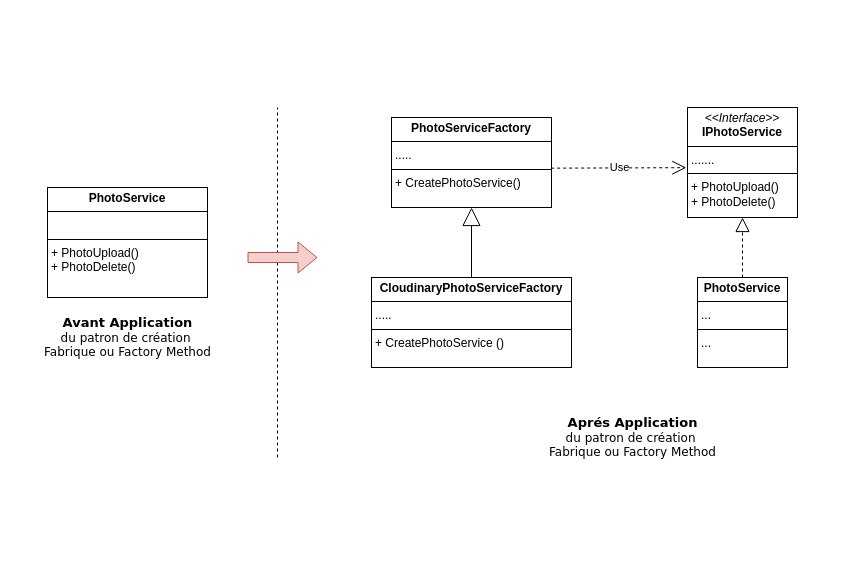
Earlier version of the draw.io diagram factoryMethod.drawio (filali6/meeting_app). Source tidied: cells renumbered, new cells numbered last; positions are measured from the earlier drawing's top-left corner, leaving out a move shared by most shapes. Both pictures are drawn from the tidied source at 100%, with x=0, y=0 at pixel (32, 107).
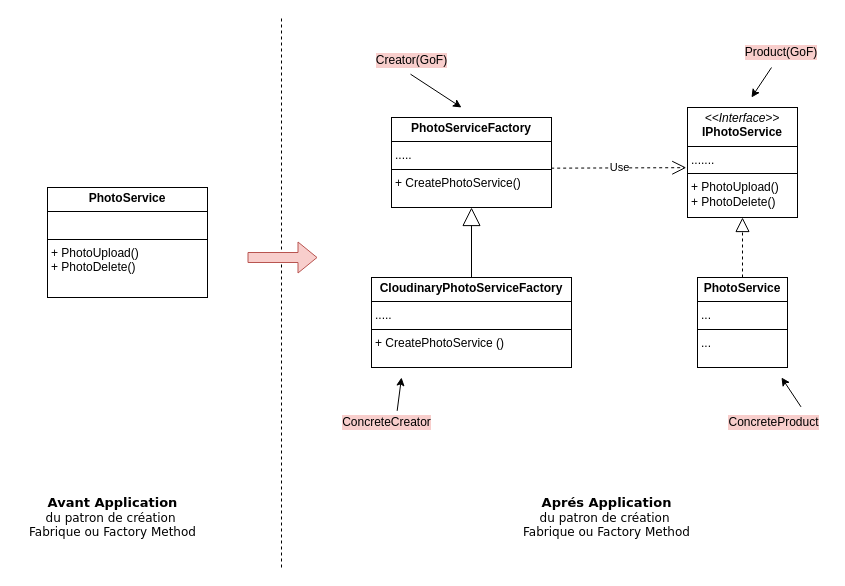
After the change.

Commit message:
Mettre à jour factoryMethod.drawio

Diff of the diagram source:
```diff
@@
     <mxCell id="3" value="&lt;b&gt;&lt;font style=&quot;font-size: 13px;&quot;&gt;Avant Application &lt;/font&gt;&lt;/b&gt;&lt;br&gt;du patron de création&amp;nbsp;&lt;br&gt;Fabrique ou Factory Method" style="text;html=1;align=center;verticalAlign=middle;strokeColor=none;fillColor=none;fontStyle=0;fontFamily=Verdana;" parent="1" vertex="1">
-      <mxGeometry y="200" width="190" height="60" as="geometry" />
+      <mxGeometry x="-15" y="380" width="190" height="60" as="geometry" />
     </mxCell>
@@
     <mxCell id="11" value="&lt;b&gt;&lt;font style=&quot;font-size: 13px;&quot;&gt;Aprés Application &lt;/font&gt;&lt;/b&gt;&lt;br&gt;du patron de création&amp;nbsp;&lt;br&gt;Fabrique ou Factory Method" style="text;html=1;align=center;verticalAlign=middle;strokeColor=none;fillColor=none;fontStyle=0;fontFamily=Verdana;" parent="1" vertex="1">
-      <mxGeometry x="505" y="300" width="190" height="60" as="geometry" />
+      <mxGeometry x="479" y="380" width="190" height="60" as="geometry" />
     </mxCell>
     <mxCell id="12" style="endArrow=none;dashed=1;html=1;rounded=0;" parent="1" edge="1">
       <mxGeometry relative="1" as="geometry">
-        <mxPoint x="245" y="350" as="sourcePoint" />
-        <mxPoint x="245" as="targetPoint" />
+        <mxPoint x="249" y="460" as="sourcePoint" />
+        <mxPoint x="249" y="-90" as="targetPoint" />
       </mxGeometry>
     </mxCell>
@@
+    <mxCell id="14" value="Product(GoF)" style="text;html=1;align=center;verticalAlign=middle;whiteSpace=wrap;rounded=0;fillColor=none;labelBackgroundColor=#F8CECC;" parent="1" vertex="1">
+      <mxGeometry x="719" y="-70" width="60" height="30" as="geometry" />
+    </mxCell>
+    <mxCell id="15" style="endArrow=classic;html=1;rounded=0;" parent="1" edge="1" source="14">
+      <mxGeometry relative="1" as="geometry">
+        <mxPoint x="719" y="-10" as="targetPoint" />
+      </mxGeometry>
+    </mxCell>
+    <mxCell id="16" value="ConcreteProduct" style="text;html=1;align=center;verticalAlign=middle;points=[];strokeColor=none;fillColor=none;labelBackgroundColor=#F8CECC;" parent="1" vertex="1">
+      <mxGeometry x="686" y="300" width="110" height="30" as="geometry" />
+    </mxCell>
+    <mxCell id="17" style="endArrow=classic;html=1;rounded=0;exitX=0.75;exitY=-0.021;exitDx=0;exitDy=0;exitPerimeter=0;" parent="1" edge="1" source="16">
+      <mxGeometry relative="1" as="geometry">
+        <mxPoint x="749" y="270" as="targetPoint" />
+      </mxGeometry>
+    </mxCell>
+    <mxCell id="18" value="Creator(GoF)" style="text;html=1;align=center;verticalAlign=middle;points=[];strokeColor=none;fillColor=none;labelBackgroundColor=#F8CECC;" parent="1" vertex="1">
+      <mxGeometry x="334" y="-62" width="90" height="30" as="geometry" />
+    </mxCell>
+    <mxCell id="19" style="endArrow=classic;html=1;rounded=0;exitX=0.489;exitY=0.956;exitDx=0;exitDy=0;exitPerimeter=0;" parent="1" edge="1" source="18">
+      <mxGeometry relative="1" as="geometry">
+        <mxPoint x="429" as="targetPoint" />
+      </mxGeometry>
+    </mxCell>
+    <mxCell id="20" value="ConcreteCreator" style="text;html=1;align=center;verticalAlign=middle;points=[];strokeColor=none;fillColor=none;labelBackgroundColor=#F8CECC;" parent="1" vertex="1">
+      <mxGeometry x="299" y="300" width="110" height="30" as="geometry" />
+    </mxCell>
+    <mxCell id="21" style="endArrow=classic;html=1;rounded=0;exitX=0.597;exitY=0.111;exitDx=0;exitDy=0;exitPerimeter=0;" parent="1" edge="1" source="20">
+      <mxGeometry relative="1" as="geometry">
+        <mxPoint x="369" y="270" as="targetPoint" />
+      </mxGeometry>
+    </mxCell>
```
